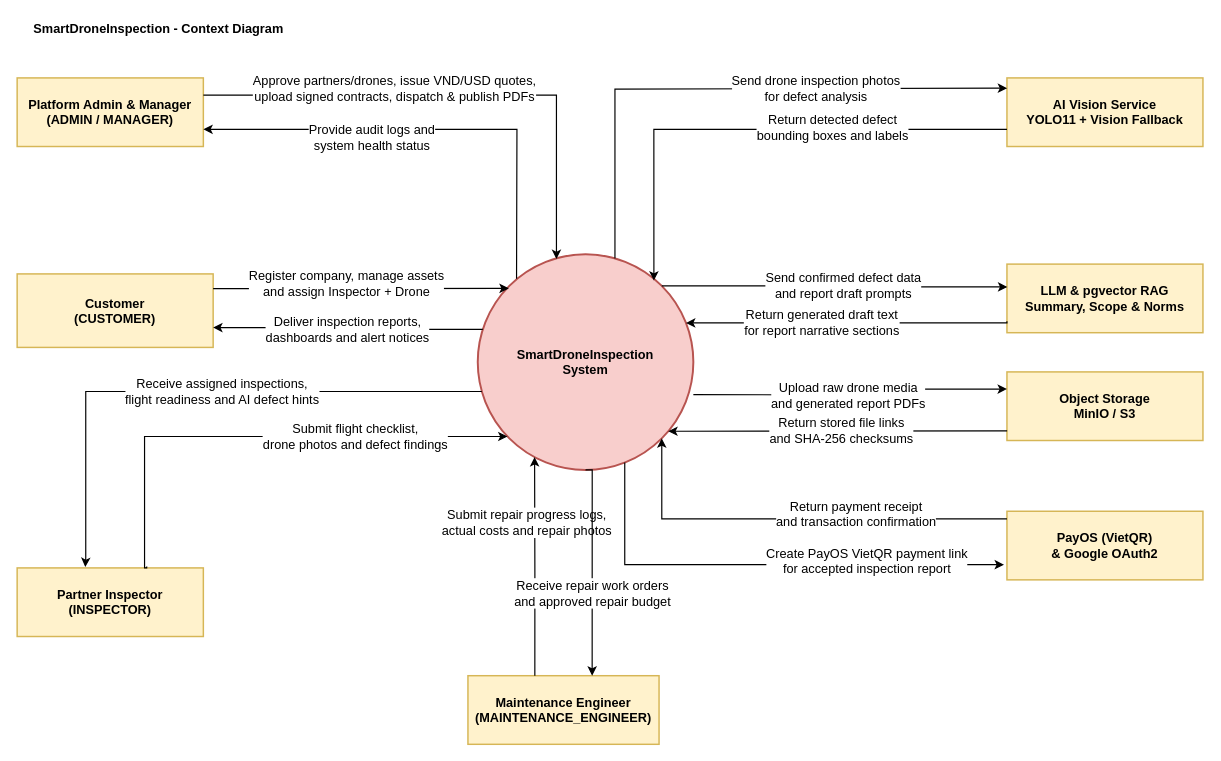
The draw.io diagram page "context diagram" (4 of 11) of diagrams/smartdrone-use-cases.drawio in tungbach12/SmartDroneInspection-Docs, before the edit. Source tidied: cells renumbered, new cells numbered last; positions are measured from the earlier drawing's top-left corner, leaving out a move shared by most shapes. Both pictures are drawn from the tidied source at 98%, with x=0, y=0 at pixel (17, 17).
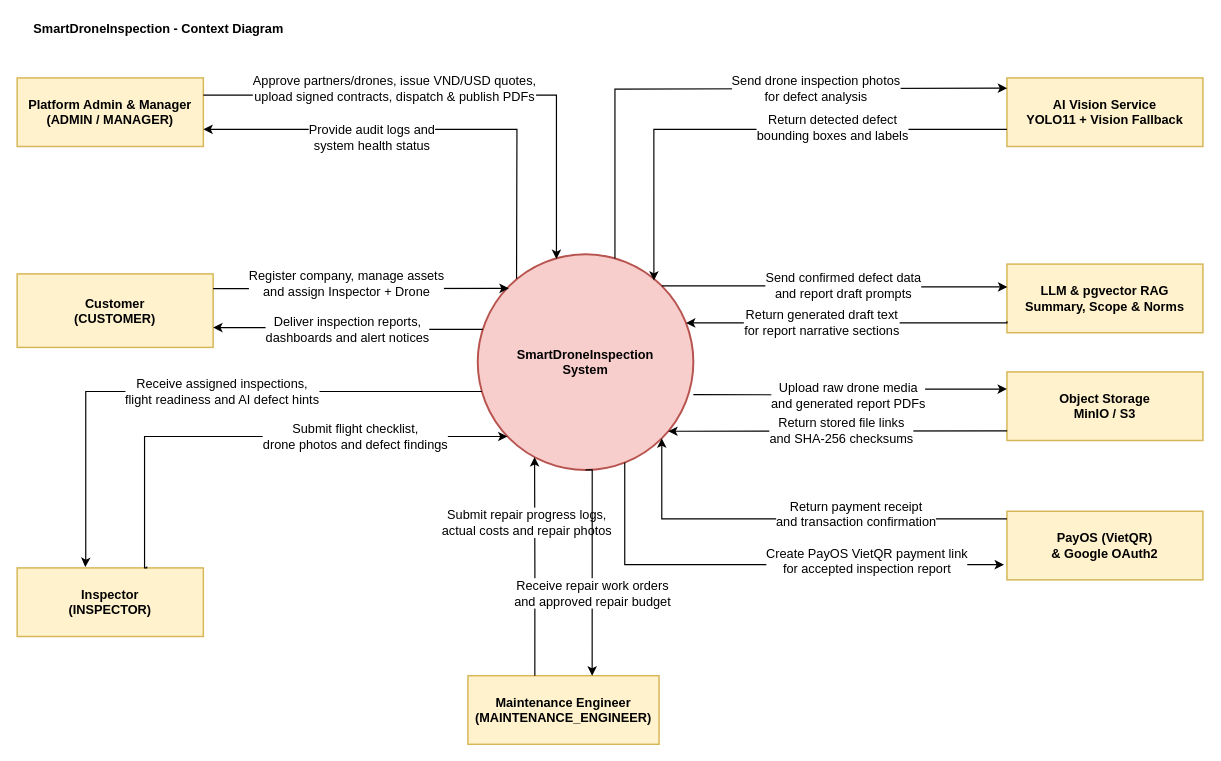
After the change.

Diff of the diagram source:
```diff
@@
-    <mxCell id="6" value="Partner Inspector&lt;br&gt;(INSPECTOR)" style="rounded=0;whiteSpace=wrap;html=1;fillColor=#fff2cc;strokeColor=#d6b656;strokeWidth=1.5;fontStyle=1;fontSize=13;fontFamily=Helvetica;align=center;" parent="1" vertex="1">
+    <mxCell id="6" value="Inspector&lt;br&gt;(INSPECTOR)" style="rounded=0;whiteSpace=wrap;html=1;fillColor=#fff2cc;strokeColor=#d6b656;strokeWidth=1.5;fontStyle=1;fontSize=13;fontFamily=Helvetica;align=center;" parent="1" vertex="1">
       <mxGeometry y="562" width="190" height="70" as="geometry" />
     </mxCell>
```
